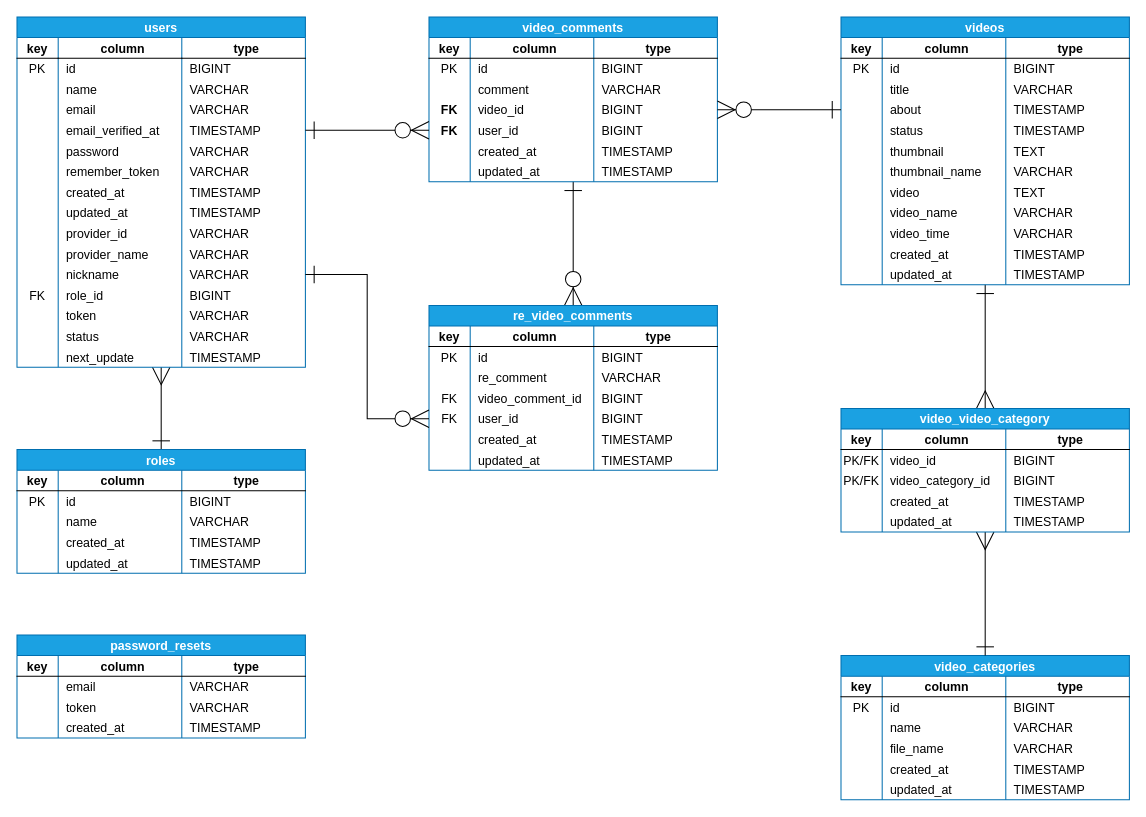
kiyo1031r1/laravel-vuejs keeps this draw.io diagram as ER.dio. Above is the earlier version. Source tidied: cells renumbered, new cells numbered last; positions are measured from the earlier drawing's top-left corner, leaving out a move shared by most shapes. Both pictures are drawn from the tidied source at 103%, with x=0, y=0 at pixel (16, 16).
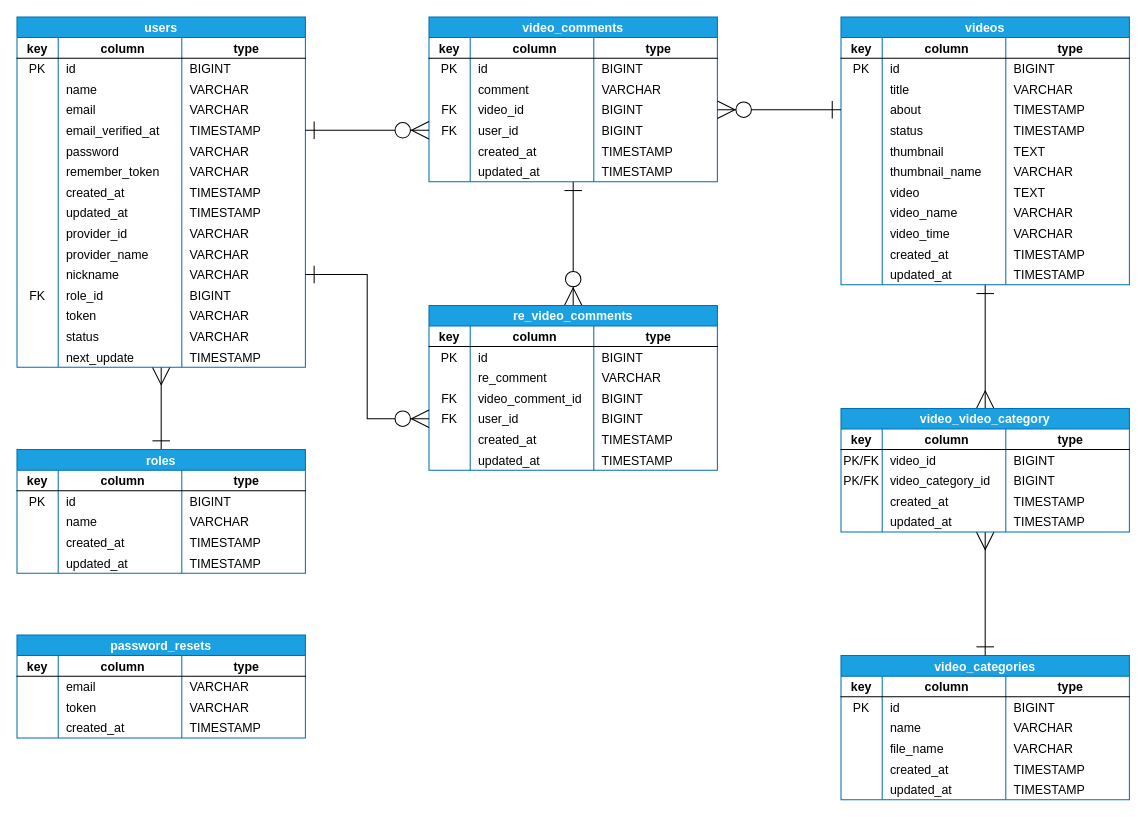
The same page after the edit.

Unchanged cells that the change refers to:
```xml
<mxCell id="200" style="shape=partialRectangle;fillColor=none;top=0;left=0;bottom=0;right=0;points=[[0,0.5],[1,0.5]];portConstraint=eastwest;" parent="187" vertex="1">
  <mxGeometry y="80" width="280" height="20" as="geometry" />
</mxCell>
<mxCell id="204" style="shape=partialRectangle;fillColor=none;top=0;left=0;bottom=0;right=0;points=[[0,0.5],[1,0.5]];portConstraint=eastwest;" parent="187" vertex="1">
  <mxGeometry y="100" width="280" height="20" as="geometry" />
</mxCell>
```

The edit, as a diff of the source:
```diff
@@
-    <mxCell id="201" value="FK" style="shape=partialRectangle;fillColor=none;top=0;left=0;bottom=0;right=0;overflow=hidden;fontStyle=1;" parent="200" vertex="1">
+    <mxCell id="201" value="FK" style="shape=partialRectangle;fillColor=none;top=0;left=0;bottom=0;right=0;overflow=hidden;fontStyle=0;" parent="200" vertex="1">
       <mxGeometry width="40" height="20" as="geometry" />
     </mxCell>
@@
-    <mxCell id="205" value="FK" style="shape=partialRectangle;fillColor=none;top=0;left=0;bottom=0;right=0;overflow=hidden;fontStyle=1;" parent="204" vertex="1">
+    <mxCell id="205" value="FK" style="shape=partialRectangle;fillColor=none;top=0;left=0;bottom=0;right=0;overflow=hidden;fontStyle=0;" parent="204" vertex="1">
       <mxGeometry width="40" height="20" as="geometry" />
     </mxCell>
```
